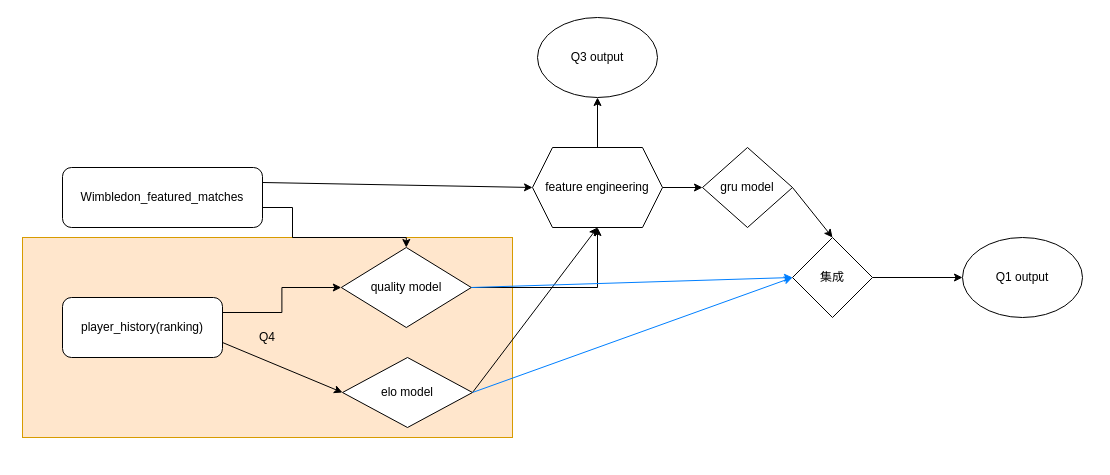
Earlier version of the draw.io diagram try.drawio (UsanoCoCr/tennis24). Source tidied: cells renumbered, new cells numbered last; positions are measured from the earlier drawing's top-left corner, leaving out a move shared by most shapes. Both pictures are drawn from the tidied source at 100%, with x=0, y=0 at pixel (22, 17).
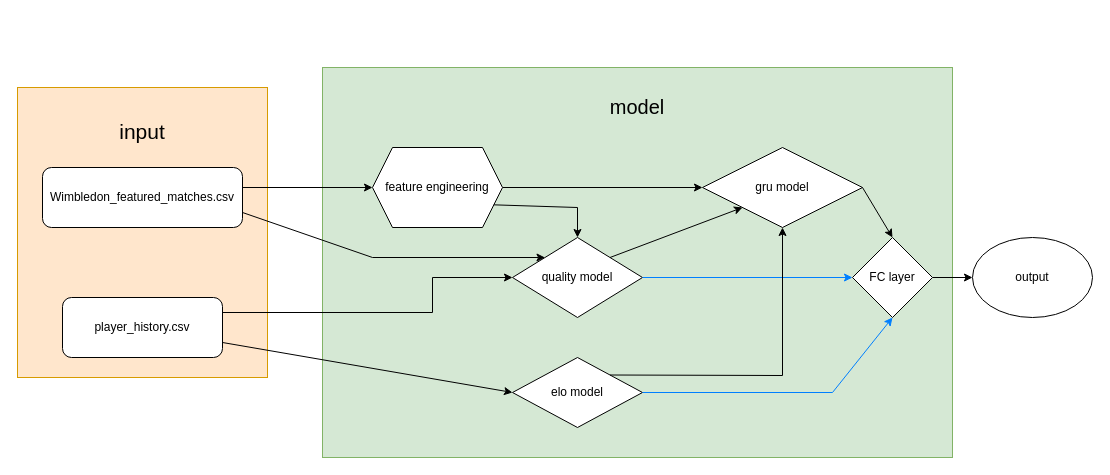
The same diagram, later.

The edit, as a diff of the source:
```diff
@@
-    <mxCell id="2" value="Q4" style="rounded=0;whiteSpace=wrap;html=1;fillColor=#ffe6cc;strokeColor=#d79b00;" parent="1" vertex="1">
-      <mxGeometry y="220" width="490" height="200" as="geometry" />
-    </mxCell>
-    <mxCell id="3" style="edgeStyle=orthogonalEdgeStyle;rounded=0;jettySize=auto;html=1;" parent="1" edge="1" source="4" target="8">
-      <mxGeometry relative="1" as="geometry">
-        <Array as="points">
-          <mxPoint x="270" y="190" />
-          <mxPoint x="270" y="220" />
-        </Array>
-      </mxGeometry>
-    </mxCell>
+    <mxCell id="24" value="&lt;font style=&quot;font-size: 20px;&quot;&gt;model&lt;br&gt;&lt;br&gt;&lt;br&gt;&lt;br&gt;&lt;br&gt;&lt;br&gt;&lt;br&gt;&lt;br&gt;&lt;br&gt;&lt;br&gt;&lt;br&gt;&lt;br&gt;&lt;br&gt;&lt;br&gt;&lt;/font&gt;" style="rounded=0;whiteSpace=wrap;html=1;fillColor=#d5e8d4;strokeColor=#82b366;" parent="1" vertex="1">
+      <mxGeometry x="300" y="50" width="630" height="390" as="geometry" />
+    </mxCell>
+    <mxCell id="25" value="&lt;font style=&quot;font-size: 21px;&quot;&gt;input&lt;/font&gt;&lt;br&gt;&lt;br&gt;&lt;br&gt;&lt;br&gt;&lt;br&gt;&lt;br&gt;&lt;br&gt;&lt;br&gt;&lt;br&gt;&lt;br&gt;&lt;br&gt;&lt;br&gt;&lt;br&gt;&lt;br&gt;&lt;br&gt;" style="rounded=0;whiteSpace=wrap;html=1;fillColor=#ffe6cc;strokeColor=#d79b00;" parent="1" vertex="1">
+      <mxGeometry x="-5" y="70" width="250" height="290" as="geometry" />
+    </mxCell>
-    <mxCell id="4" value="Wimbledon_featured_matches" style="rounded=1;whiteSpace=wrap;html=1;" parent="1" vertex="1">
-      <mxGeometry x="40" y="150" width="200" height="60" as="geometry" />
+    <mxCell id="4" value="Wimbledon_featured_matches.csv" style="rounded=1;whiteSpace=wrap;html=1;" parent="1" vertex="1">
+      <mxGeometry x="20" y="150" width="200" height="60" as="geometry" />
     </mxCell>
     <mxCell id="5" style="edgeStyle=orthogonalEdgeStyle;rounded=0;jettySize=auto;html=1;exitX=1;exitY=0.25;exitDx=0;exitDy=0;" parent="1" edge="1" source="6" target="8">
-      <mxGeometry relative="1" as="geometry" />
+      <mxGeometry relative="1" as="geometry">
+        <Array as="points">
+          <mxPoint x="410" y="295" />
+          <mxPoint x="410" y="260" />
+        </Array>
+      </mxGeometry>
     </mxCell>
-    <mxCell id="6" value="player_history(ranking)" style="rounded=1;whiteSpace=wrap;html=1;" parent="1" vertex="1">
+    <mxCell id="6" value="player_history.csv" style="rounded=1;whiteSpace=wrap;html=1;" parent="1" vertex="1">
       <mxGeometry x="40" y="280" width="160" height="60" as="geometry" />
     </mxCell>
-    <mxCell id="7" style="edgeStyle=orthogonalEdgeStyle;rounded=0;jettySize=auto;html=1;" parent="1" edge="1" source="8" target="13">
-      <mxGeometry relative="1" as="geometry" />
-    </mxCell>
     <mxCell id="8" value="quality model" style="rhombus;whiteSpace=wrap;html=1;" parent="1" vertex="1">
-      <mxGeometry x="318.8" y="230" width="130" height="80" as="geometry" />
+      <mxGeometry x="490" y="220" width="130" height="80" as="geometry" />
     </mxCell>
     <mxCell id="9" value="elo model" style="rhombus;whiteSpace=wrap;html=1;" parent="1" vertex="1">
-      <mxGeometry x="320" y="340" width="130" height="70" as="geometry" />
+      <mxGeometry x="490" y="340" width="130" height="70" as="geometry" />
     </mxCell>
@@
-    <mxCell id="12" style="edgeStyle=orthogonalEdgeStyle;rounded=0;jettySize=auto;html=1;" parent="1" edge="1" source="13" target="23">
-      <mxGeometry relative="1" as="geometry" />
-    </mxCell>
     <mxCell id="13" value="feature engineering" style="shape=hexagon;perimeter=hexagonPerimeter2;whiteSpace=wrap;html=1;fixedSize=1;" parent="1" vertex="1">
-      <mxGeometry x="510" y="130" width="130" height="80" as="geometry" />
+      <mxGeometry x="350" y="130" width="130" height="80" as="geometry" />
     </mxCell>
-    <mxCell id="14" style="endArrow=classic;html=1;rounded=0;entryX=0;entryY=0.5;entryDx=0;entryDy=0;exitX=1;exitY=0.25;exitDx=0;exitDy=0;" parent="1" edge="1" source="4" target="13">
-      <mxGeometry relative="1" as="geometry" />
+    <mxCell id="14" style="endArrow=classic;html=1;rounded=0;entryX=0;entryY=0.5;entryDx=0;entryDy=0;" parent="1" edge="1" target="13">
+      <mxGeometry relative="1" as="geometry">
+        <mxPoint x="220" y="170" as="sourcePoint" />
+      </mxGeometry>
     </mxCell>
-    <mxCell id="15" style="endArrow=classic;html=1;rounded=0;exitX=1;exitY=0.5;exitDx=0;exitDy=0;entryX=0.5;entryY=1;entryDx=0;entryDy=0;" parent="1" edge="1" source="9" target="13">
-      <mxGeometry relative="1" as="geometry" />
-    </mxCell>
     <mxCell id="16" value="gru model" style="rhombus;whiteSpace=wrap;html=1;" parent="1" vertex="1">
-      <mxGeometry x="680" y="130" width="90" height="80" as="geometry" />
+      <mxGeometry x="680" y="130" width="160" height="80" as="geometry" />
     </mxCell>
@@
-    <mxCell id="18" value="集成" style="rhombus;whiteSpace=wrap;html=1;" parent="1" vertex="1">
-      <mxGeometry x="770" y="220" width="80" height="80" as="geometry" />
+    <mxCell id="18" value="FC layer" style="rhombus;whiteSpace=wrap;html=1;" parent="1" vertex="1">
+      <mxGeometry x="830" y="220" width="80" height="80" as="geometry" />
     </mxCell>
@@
-    <mxCell id="21" style="endArrow=classic;html=1;rounded=0;exitX=1;exitY=0.5;exitDx=0;exitDy=0;entryX=0;entryY=0.5;entryDx=0;entryDy=0;strokeColor=#007FFF;" parent="1" edge="1" source="9" target="18">
-      <mxGeometry relative="1" as="geometry" />
+    <mxCell id="21" style="endArrow=classic;html=1;rounded=0;exitX=1;exitY=0.5;exitDx=0;exitDy=0;entryX=0.5;entryY=1;entryDx=0;entryDy=0;strokeColor=#007FFF;" parent="1" edge="1" source="9" target="18">
+      <mxGeometry relative="1" as="geometry">
+        <Array as="points">
+          <mxPoint x="810" y="375" />
+        </Array>
+      </mxGeometry>
     </mxCell>
-    <mxCell id="22" value="Q1 output" style="ellipse;whiteSpace=wrap;html=1;" parent="1" vertex="1">
-      <mxGeometry x="940" y="220" width="120" height="80" as="geometry" />
+    <mxCell id="22" value="output" style="ellipse;whiteSpace=wrap;html=1;" parent="1" vertex="1">
+      <mxGeometry x="950" y="220" width="120" height="80" as="geometry" />
     </mxCell>
-    <mxCell id="23" value="Q3 output" style="ellipse;whiteSpace=wrap;html=1;" parent="1" vertex="1">
-      <mxGeometry x="515" width="120" height="80" as="geometry" />
-    </mxCell>
+    <mxCell id="26" style="endArrow=classic;html=1;rounded=0;entryX=0.5;entryY=0;entryDx=0;entryDy=0;exitX=1;exitY=0.75;exitDx=0;exitDy=0;" parent="1" edge="1" source="13" target="8">
+      <mxGeometry relative="1" as="geometry">
+        <Array as="points">
+          <mxPoint x="555" y="190" />
+        </Array>
+      </mxGeometry>
+    </mxCell>
+    <mxCell id="3" style="endArrow=classic;html=1;rounded=0;exitX=1;exitY=0.75;exitDx=0;exitDy=0;entryX=0;entryY=0;entryDx=0;entryDy=0;" parent="1" edge="1" source="4" target="8">
+      <mxGeometry relative="1" as="geometry">
+        <Array as="points">
+          <mxPoint x="350" y="240" />
+        </Array>
+      </mxGeometry>
+    </mxCell>
+    <mxCell id="27" style="endArrow=classic;html=1;rounded=0;entryX=0;entryY=1;entryDx=0;entryDy=0;exitX=1;exitY=0;exitDx=0;exitDy=0;" parent="1" edge="1" source="8" target="16">
+      <mxGeometry relative="1" as="geometry" />
+    </mxCell>
+    <mxCell id="28" style="endArrow=classic;html=1;rounded=0;entryX=0.5;entryY=1;entryDx=0;entryDy=0;exitX=1;exitY=0;exitDx=0;exitDy=0;" parent="1" edge="1" source="9" target="16">
+      <mxGeometry relative="1" as="geometry">
+        <Array as="points">
+          <mxPoint x="760" y="358" />
+        </Array>
+      </mxGeometry>
+    </mxCell>
```
